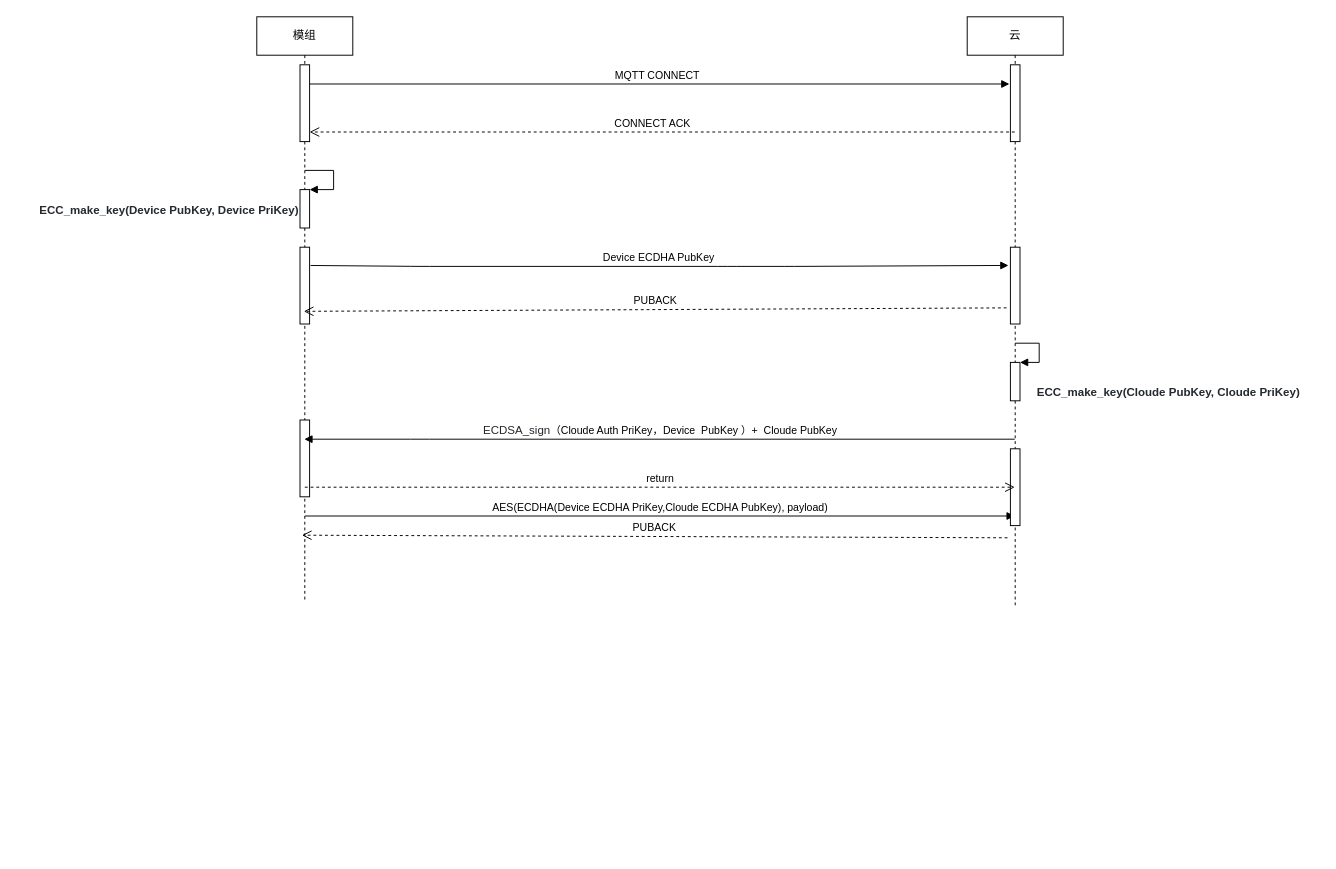
wu1045718093/beego keeps this draw.io diagram as Untitled Diagram.drawio. Above is the earlier version. Source tidied: cells renumbered, new cells numbered last; positions are measured from the earlier drawing's top-left corner, leaving out a move shared by most shapes. Both pictures are drawn from the tidied source at 96%, with x=0, y=0 at pixel (256, 16).
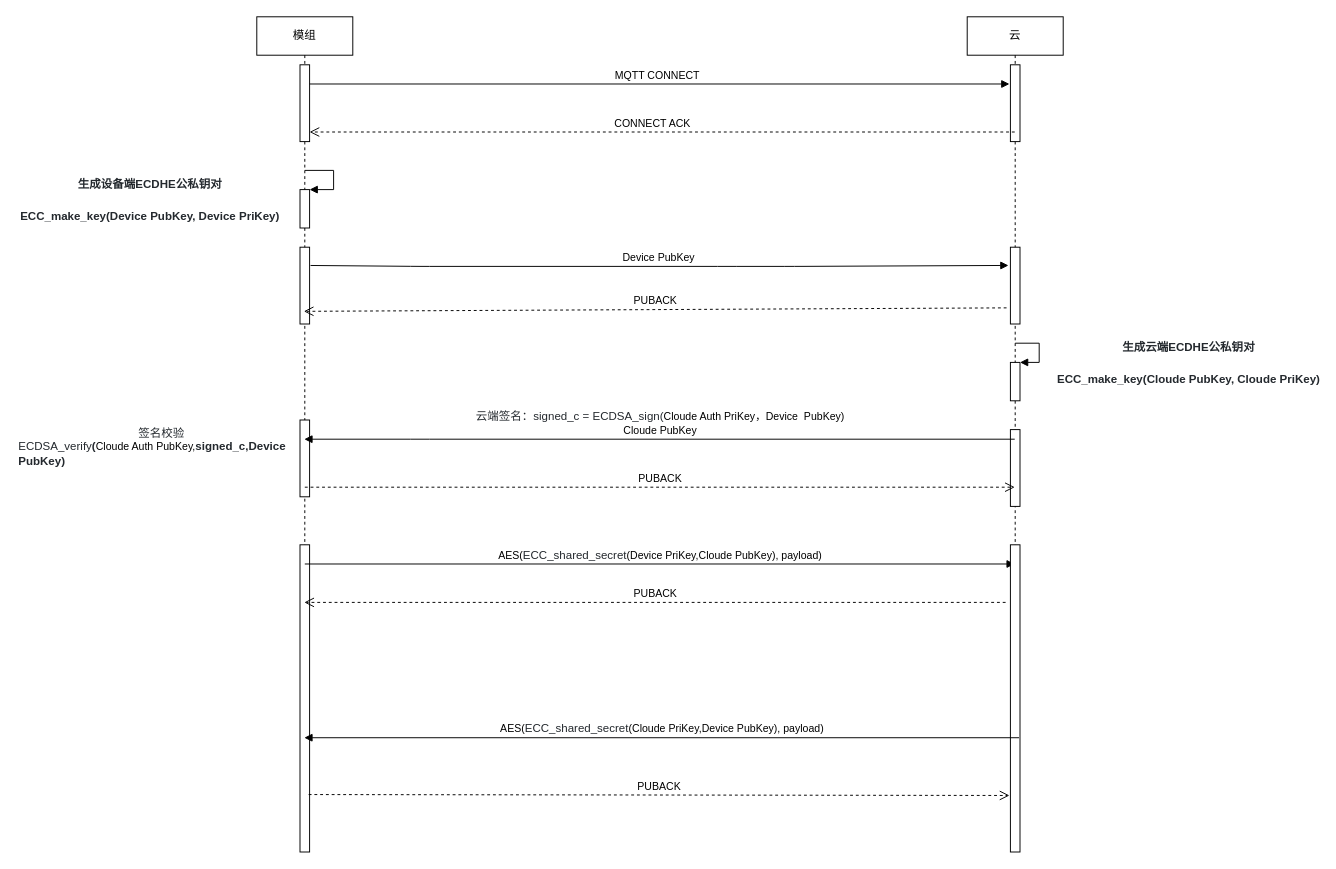
After the change.

The change refers to these unchanged cells:
```xml
<mxCell id="6" style="html=1;points=[];perimeter=orthogonalPerimeter;" parent="2" vertex="1">
  <mxGeometry x="45" y="180" width="10" height="40" as="geometry" />
</mxCell>
<mxCell id="8" style="html=1;points=[];perimeter=orthogonalPerimeter;" parent="2" vertex="1">
  <mxGeometry x="45" y="240" width="10" height="80" as="geometry" />
</mxCell>
<mxCell id="10" style="html=1;points=[];perimeter=orthogonalPerimeter;" parent="2" vertex="1">
  <mxGeometry x="45" y="420" width="10" height="80" as="geometry" />
</mxCell>
<mxCell id="14" style="html=1;points=[];perimeter=orthogonalPerimeter;" parent="11" vertex="1">
  <mxGeometry x="45" y="360" width="10" height="40" as="geometry" />
</mxCell>
```

The edit, as a diff of the source:
```diff
@@
     <mxCell id="2" value="模组" style="shape=umlLifeline;perimeter=lifelinePerimeter;whiteSpace=wrap;html=1;outlineConnect=0;" parent="1" vertex="1">
-      <mxGeometry width="100" height="610" as="geometry" />
+      <mxGeometry width="100" height="870" as="geometry" />
     </mxCell>
@@
-    <mxCell id="4" value="AES(ECDHA(Device ECDHA PriKey,Cloude ECDHA PubKey), payload)" style="html=1;verticalAlign=bottom;endArrow=block;" parent="2" edge="1" target="11">
-      <mxGeometry relative="1" as="geometry">
-        <mxPoint x="50" y="520" as="sourcePoint" />
-      </mxGeometry>
-    </mxCell>
@@
-    <mxCell id="7" value="&lt;h2&gt;&lt;b&gt;&lt;span class=&quot;pl-smi&quot; style=&quot;box-sizing: border-box ; color: rgb(36 , 41 , 46) ; font-family: , &amp;#34;consolas&amp;#34; , &amp;#34;liberation mono&amp;#34; , &amp;#34;menlo&amp;#34; , monospace ; font-size: 12px&quot;&gt;ECC_make_key&lt;/span&gt;&lt;span style=&quot;color: rgb(36 , 41 , 46) ; font-family: , &amp;#34;consolas&amp;#34; , &amp;#34;liberation mono&amp;#34; , &amp;#34;menlo&amp;#34; , monospace ; font-size: 12px&quot;&gt;(Device P&lt;/span&gt;&lt;span style=&quot;color: rgb(36 , 41 , 46) ; font-family: , &amp;#34;consolas&amp;#34; , &amp;#34;liberation mono&amp;#34; , &amp;#34;menlo&amp;#34; , monospace ; font-size: 12px&quot;&gt;ubKey, Device P&lt;/span&gt;&lt;span style=&quot;color: rgb(36 , 41 , 46) ; font-family: , &amp;#34;consolas&amp;#34; , &amp;#34;liberation mono&amp;#34; , &amp;#34;menlo&amp;#34; , monospace ; font-size: 12px&quot;&gt;riKey)&lt;/span&gt;&lt;/b&gt;&lt;/h2&gt;" style="edgeStyle=orthogonalEdgeStyle;html=1;align=left;spacingLeft=2;endArrow=block;rounded=0;entryX=1;entryY=0;" parent="2" edge="1" target="6">
-      <mxGeometry x="-1" y="-283" relative="1" as="geometry">
+    <mxCell id="7" value="&lt;h2 style=&quot;text-align: center&quot;&gt;&lt;b style=&quot;font-size: 11px&quot;&gt;&lt;span class=&quot;pl-smi&quot; style=&quot;box-sizing: border-box ; color: rgb(36 , 41 , 46) ; font-family: , &amp;#34;consolas&amp;#34; , &amp;#34;liberation mono&amp;#34; , &amp;#34;menlo&amp;#34; , monospace ; font-size: 12px&quot;&gt;生成设备端ECDHE公私钥对&lt;/span&gt;&lt;/b&gt;&lt;/h2&gt;&lt;h2&gt;&lt;b style=&quot;font-size: 11px&quot;&gt;&lt;span class=&quot;pl-smi&quot; style=&quot;box-sizing: border-box ; color: rgb(36 , 41 , 46) ; font-family: , &amp;#34;consolas&amp;#34; , &amp;#34;liberation mono&amp;#34; , &amp;#34;menlo&amp;#34; , monospace ; font-size: 12px&quot;&gt;ECC_make_key&lt;/span&gt;&lt;span style=&quot;color: rgb(36 , 41 , 46) ; font-family: , &amp;#34;consolas&amp;#34; , &amp;#34;liberation mono&amp;#34; , &amp;#34;menlo&amp;#34; , monospace ; font-size: 12px&quot;&gt;(Device P&lt;/span&gt;&lt;span style=&quot;color: rgb(36 , 41 , 46) ; font-family: , &amp;#34;consolas&amp;#34; , &amp;#34;liberation mono&amp;#34; , &amp;#34;menlo&amp;#34; , monospace ; font-size: 12px&quot;&gt;ubKey, Device P&lt;/span&gt;&lt;span style=&quot;color: rgb(36 , 41 , 46) ; font-family: , &amp;#34;consolas&amp;#34; , &amp;#34;liberation mono&amp;#34; , &amp;#34;menlo&amp;#34; , monospace ; font-size: 12px&quot;&gt;riKey)&lt;/span&gt;&lt;/b&gt;&lt;br&gt;&lt;/h2&gt;" style="edgeStyle=orthogonalEdgeStyle;html=1;align=left;spacingLeft=2;endArrow=block;rounded=0;entryX=1;entryY=0;" parent="2" edge="1" target="6">
+      <mxGeometry x="-1" y="-301" relative="1" as="geometry">
         <mxPoint x="50" y="160" as="sourcePoint" />
         <Array as="points">
           <mxPoint x="80" y="160" />
         </Array>
-        <mxPoint x="-280" y="-243" as="offset" />
+        <mxPoint x="-300" y="-271" as="offset" />
       </mxGeometry>
     </mxCell>
@@
+    <mxCell id="22" style="html=1;points=[];perimeter=orthogonalPerimeter;" parent="2" vertex="1">
+      <mxGeometry x="45" y="550" width="10" height="320" as="geometry" />
+    </mxCell>
+    <mxCell id="23" value="AES(&lt;span style=&quot;color: rgb(36 , 41 , 46) ; font-family: , &amp;#34;consolas&amp;#34; , &amp;#34;liberation mono&amp;#34; , &amp;#34;menlo&amp;#34; , monospace ; font-size: 12px&quot;&gt;ECC_shared_secret&lt;/span&gt;(Device PriKey,Cloude PubKey), payload)" style="html=1;verticalAlign=bottom;endArrow=block;" parent="2" edge="1" target="11">
+      <mxGeometry relative="1" as="geometry">
+        <mxPoint x="50" y="570" as="sourcePoint" />
+      </mxGeometry>
+    </mxCell>
     <mxCell id="11" value="云" style="shape=umlLifeline;perimeter=lifelinePerimeter;whiteSpace=wrap;html=1;outlineConnect=0;" parent="1" vertex="1">
-      <mxGeometry x="740" width="100" height="613" as="geometry" />
+      <mxGeometry x="740" width="100" height="870" as="geometry" />
     </mxCell>
@@
-    <mxCell id="15" value="&lt;h2&gt;&lt;b&gt;&lt;span class=&quot;pl-smi&quot; style=&quot;box-sizing: border-box ; color: rgb(36 , 41 , 46) ; font-size: 12px&quot;&gt;ECC_make_key&lt;/span&gt;&lt;span style=&quot;color: rgb(36 , 41 , 46) ; font-size: 12px&quot;&gt;(Cloude P&lt;/span&gt;&lt;span style=&quot;color: rgb(36 , 41 , 46) ; font-size: 12px&quot;&gt;ubKey, Cloude P&lt;/span&gt;&lt;span style=&quot;color: rgb(36 , 41 , 46) ; font-size: 12px&quot;&gt;riKey)&lt;/span&gt;&lt;/b&gt;&lt;/h2&gt;" style="edgeStyle=orthogonalEdgeStyle;html=1;align=left;spacingLeft=2;endArrow=block;rounded=0;entryX=1;entryY=0;" parent="11" edge="1" target="14">
-      <mxGeometry x="0.57" y="30" relative="1" as="geometry">
+    <mxCell id="15" value="&lt;h2 style=&quot;text-align: center&quot;&gt;&lt;b&gt;&lt;span class=&quot;pl-smi&quot; style=&quot;box-sizing: border-box ; color: rgb(36 , 41 , 46) ; font-size: 12px&quot;&gt;生成云端ECDHE公私钥对&lt;/span&gt;&lt;/b&gt;&lt;/h2&gt;&lt;h2&gt;&lt;b&gt;&lt;span class=&quot;pl-smi&quot; style=&quot;box-sizing: border-box ; color: rgb(36 , 41 , 46) ; font-size: 12px&quot;&gt;ECC_make_key&lt;/span&gt;&lt;span style=&quot;color: rgb(36 , 41 , 46) ; font-size: 12px&quot;&gt;(Cloude P&lt;/span&gt;&lt;span style=&quot;color: rgb(36 , 41 , 46) ; font-size: 12px&quot;&gt;ubKey, Cloude P&lt;/span&gt;&lt;span style=&quot;color: rgb(36 , 41 , 46) ; font-size: 12px&quot;&gt;riKey)&lt;/span&gt;&lt;/b&gt;&lt;/h2&gt;" style="edgeStyle=orthogonalEdgeStyle;html=1;align=left;spacingLeft=2;endArrow=block;rounded=0;entryX=1;entryY=0;" parent="11" edge="1" target="14">
+      <mxGeometry x="0.38" y="-15" relative="1" as="geometry">
         <mxPoint x="50" y="340" as="sourcePoint" />
         <Array as="points">
           <mxPoint x="75" y="340" />
         </Array>
+        <mxPoint x="15" y="15" as="offset" />
       </mxGeometry>
     </mxCell>
     <mxCell id="16" style="html=1;perimeter=orthogonalPerimeter;" parent="11" vertex="1">
-      <mxGeometry x="45" y="450" width="10" height="80" as="geometry" />
+      <mxGeometry x="45" y="430" width="10" height="80" as="geometry" />
     </mxCell>
+    <mxCell id="24" style="html=1;points=[];perimeter=orthogonalPerimeter;" parent="11" vertex="1">
+      <mxGeometry x="45" y="550" width="10" height="320" as="geometry" />
+    </mxCell>
@@
-    <mxCell id="18" value="&lt;span style=&quot;color: rgb(36 , 41 , 46) ; font-family: , &amp;#34;consolas&amp;#34; , &amp;#34;liberation mono&amp;#34; , &amp;#34;menlo&amp;#34; , monospace ; font-size: 12px&quot;&gt;ECDSA_sign&lt;/span&gt;（Cloude Auth PriKey，Device&amp;nbsp; PubKey&amp;nbsp;）+&amp;nbsp; Cloude PubKey" style="html=1;verticalAlign=bottom;endArrow=block;" parent="1" edge="1" source="11" target="2">
+    <mxCell id="18" value="&lt;span style=&quot;color: rgb(36 , 41 , 46) ; font-family: , &amp;#34;consolas&amp;#34; , &amp;#34;liberation mono&amp;#34; , &amp;#34;menlo&amp;#34; , monospace ; font-size: 12px&quot;&gt;云端签名：signed_c = ECDSA_sign(&lt;/span&gt;Cloude Auth PriKey，Device&amp;nbsp; PubKey)&lt;br&gt;Cloude PubKey" style="html=1;verticalAlign=bottom;endArrow=block;" parent="1" edge="1" source="11" target="2">
       <mxGeometry relative="1" as="geometry">
         <Array as="points">
           <mxPoint x="170" y="440" />
         </Array>
       </mxGeometry>
     </mxCell>
-    <mxCell id="19" value="PUBACK" style="html=1;verticalAlign=bottom;endArrow=open;dashed=1;endSize=8;entryX=1;entryY=0.263;entryDx=0;entryDy=0;entryPerimeter=0;" parent="1" edge="1">
-      <mxGeometry relative="1" as="geometry">
-        <mxPoint x="782" y="542.7" as="sourcePoint" />
-        <mxPoint x="47" y="540" as="targetPoint" />
-      </mxGeometry>
-    </mxCell>
-    <mxCell id="20" value="Device ECDHA PubKey&amp;nbsp;" style="html=1;verticalAlign=bottom;endArrow=block;exitX=1.1;exitY=0.238;exitDx=0;exitDy=0;exitPerimeter=0;" parent="1" edge="1" source="8">
+    <mxCell id="20" value="Device PubKey&amp;nbsp;" style="html=1;verticalAlign=bottom;endArrow=block;exitX=1.1;exitY=0.238;exitDx=0;exitDy=0;exitPerimeter=0;" parent="1" edge="1" source="8">
       <mxGeometry relative="1" as="geometry">
         <mxPoint x="783" y="259" as="targetPoint" />
         <Array as="points">
           <mxPoint x="170" y="260" />
           <mxPoint x="490" y="260" />
           <mxPoint x="560" y="260" />
         </Array>
       </mxGeometry>
     </mxCell>
-    <mxCell id="21" value="return" style="html=1;verticalAlign=bottom;endArrow=open;dashed=1;endSize=8;exitX=0.5;exitY=0.875;exitDx=0;exitDy=0;exitPerimeter=0;" parent="1" edge="1" source="10" target="11">
+    <mxCell id="21" value="PUBACK" style="html=1;verticalAlign=bottom;endArrow=open;dashed=1;endSize=8;exitX=0.5;exitY=0.875;exitDx=0;exitDy=0;exitPerimeter=0;" parent="1" edge="1" source="10" target="11">
       <mxGeometry relative="1" as="geometry" />
     </mxCell>
+    <mxCell id="25" value="&lt;div style=&quot;text-align: center&quot;&gt;&lt;span style=&quot;background-color: rgb(255 , 255 , 255) ; color: rgb(36 , 41 , 46)&quot;&gt;签名校验&lt;/span&gt;&lt;/div&gt;&lt;span style=&quot;color: rgb(36 , 41 , 46) ; font-family: , &amp;#34;consolas&amp;#34; , &amp;#34;liberation mono&amp;#34; , &amp;#34;menlo&amp;#34; , monospace ; background-color: rgb(255 , 255 , 255)&quot;&gt;ECDSA_verify&lt;/span&gt;&lt;b style=&quot;font-family: &amp;#34;helvetica&amp;#34;&quot;&gt;&lt;span style=&quot;color: rgb(36 , 41 , 46)&quot;&gt;(&lt;/span&gt;&lt;/b&gt;&lt;span style=&quot;font-size: 11px ; text-align: center ; background-color: rgb(255 , 255 , 255)&quot;&gt;Cloude Auth PubKey,&lt;/span&gt;&lt;b style=&quot;font-family: &amp;#34;helvetica&amp;#34;&quot;&gt;&lt;span style=&quot;color: rgb(36 , 41 , 46)&quot;&gt;signed_c,Device Pub&lt;/span&gt;&lt;span style=&quot;color: rgb(36 , 41 , 46)&quot;&gt;Key)&lt;/span&gt;&lt;/b&gt;&lt;span style=&quot;color: rgb(36 , 41 , 46) ; font-family: , &amp;#34;consolas&amp;#34; , &amp;#34;liberation mono&amp;#34; , &amp;#34;menlo&amp;#34; , monospace ; background-color: rgb(255 , 255 , 255)&quot;&gt;&lt;br&gt;&lt;/span&gt;" style="text;whiteSpace=wrap;html=1;" parent="1" vertex="1">
+      <mxGeometry x="-250" y="420" width="300" height="60" as="geometry" />
+    </mxCell>
+    <mxCell id="26" value="PUBACK" style="html=1;verticalAlign=bottom;endArrow=open;dashed=1;endSize=8;" parent="1" edge="1" target="2">
+      <mxGeometry relative="1" as="geometry">
+        <mxPoint x="780" y="610" as="sourcePoint" />
+      </mxGeometry>
+    </mxCell>
+    <mxCell id="27" value="AES(&lt;span style=&quot;font-size: 12px ; color: rgb(36 , 41 , 46)&quot;&gt;ECC_shared_secret&lt;/span&gt;(Cloude PriKey,Device PubKey), payload)" style="html=1;verticalAlign=bottom;endArrow=block;exitX=0.9;exitY=0.628;exitDx=0;exitDy=0;exitPerimeter=0;" parent="1" edge="1" source="24" target="2">
+      <mxGeometry relative="1" as="geometry" />
+    </mxCell>
+    <mxCell id="28" value="PUBACK" style="html=1;verticalAlign=bottom;endArrow=open;dashed=1;endSize=8;exitX=0.9;exitY=0.813;exitDx=0;exitDy=0;exitPerimeter=0;entryX=-0.1;entryY=0.816;entryDx=0;entryDy=0;entryPerimeter=0;" parent="1" edge="1" source="22" target="24">
+      <mxGeometry relative="1" as="geometry" />
+    </mxCell>
```
